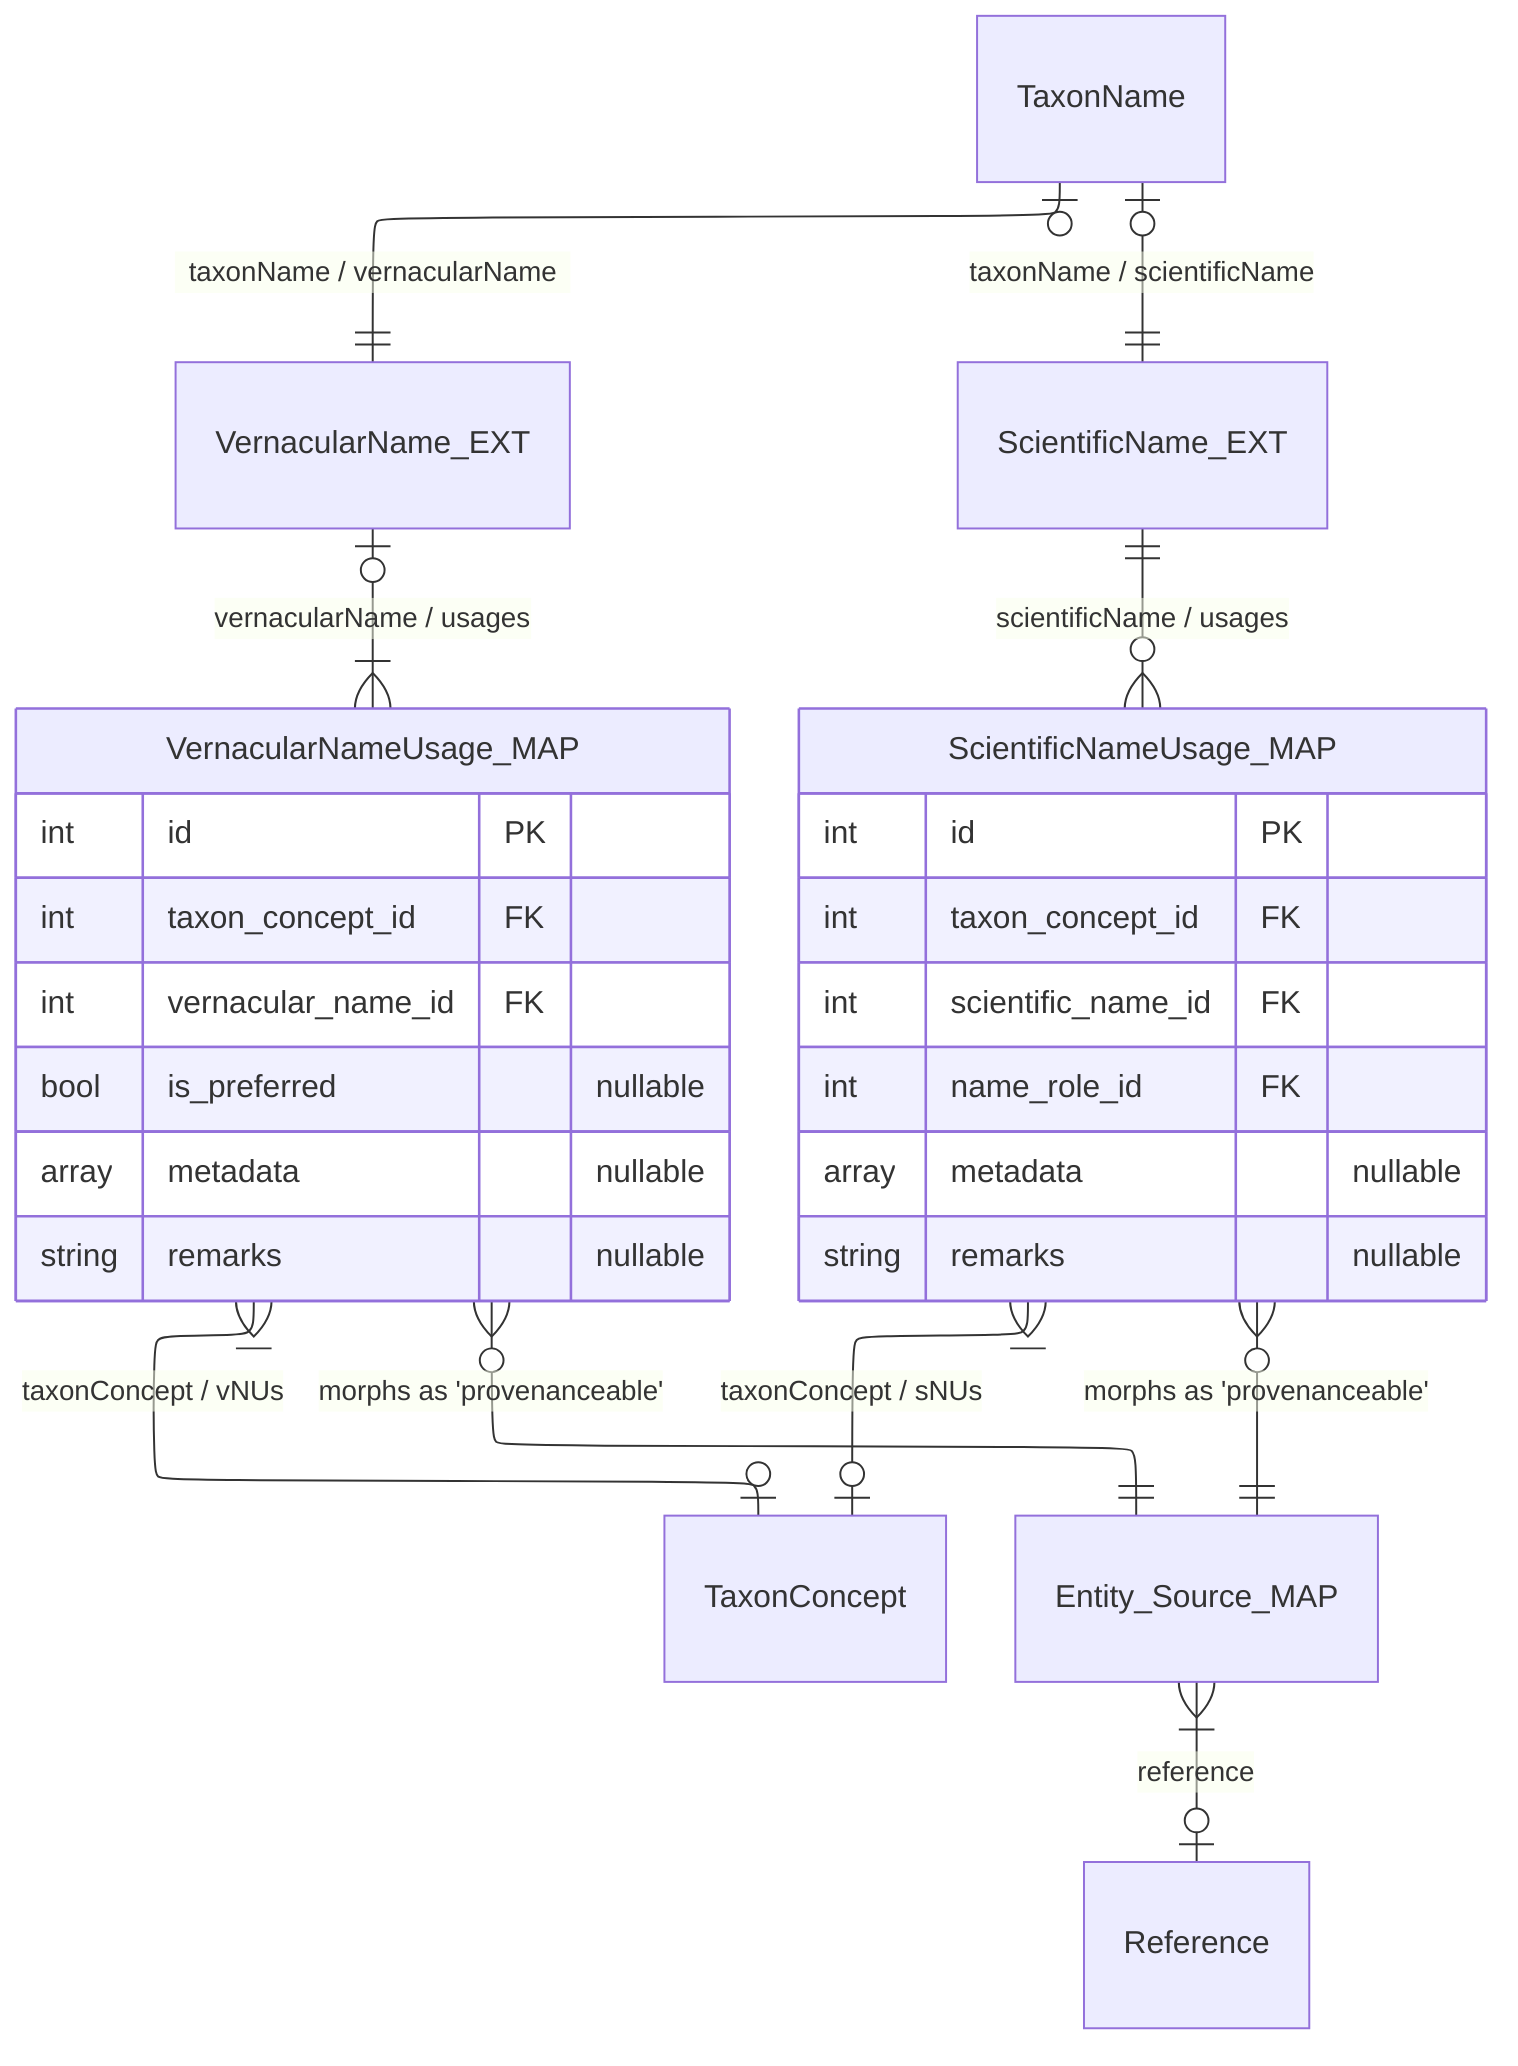
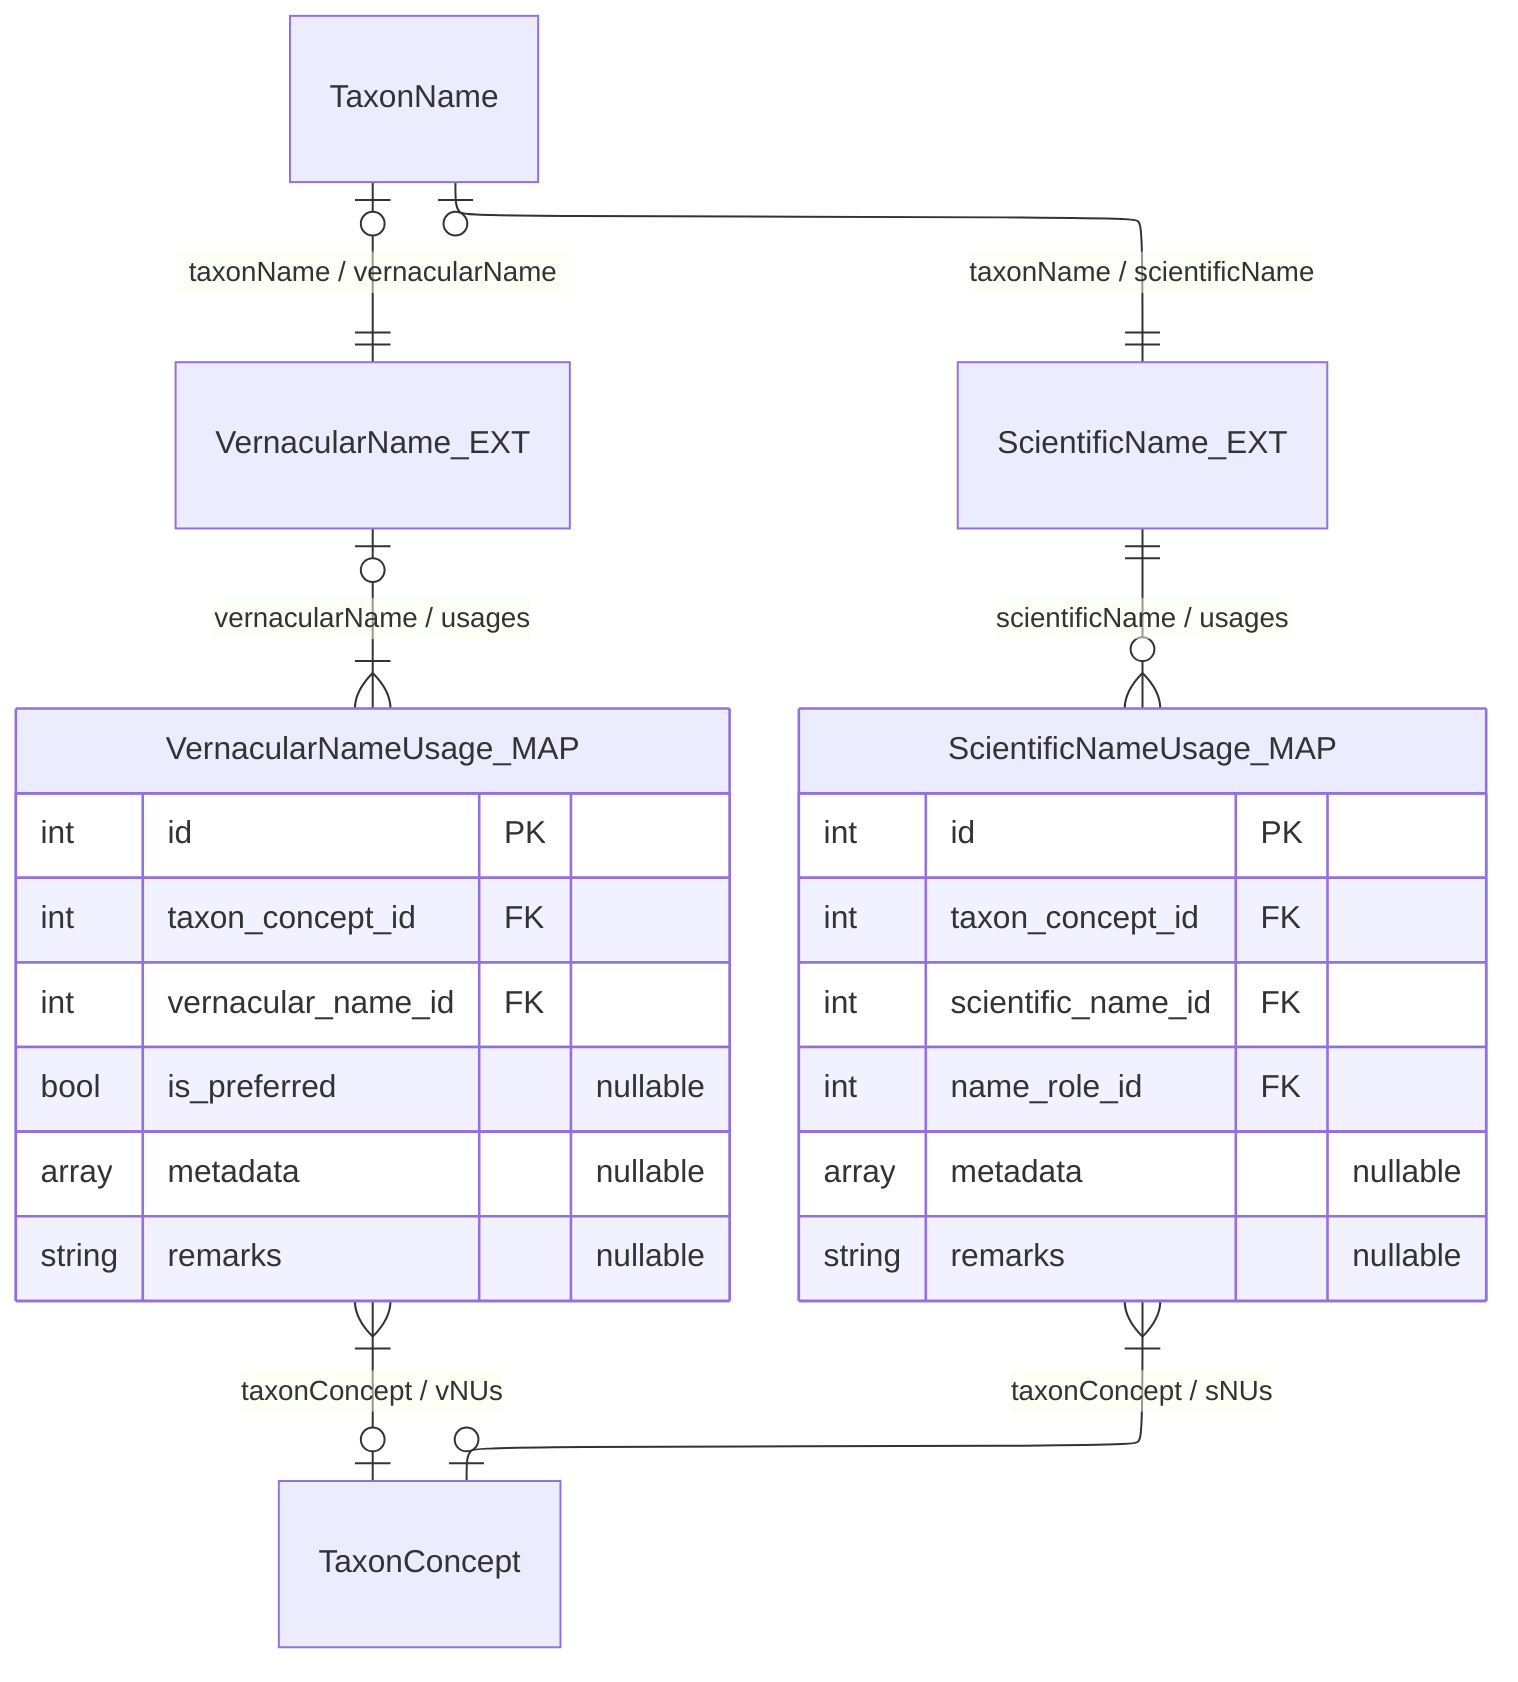
---
config:
  layout: elk
---
erDiagram
  TaxonName |o--|| VernacularName_EXT : "taxonName / vernacularName"
  VernacularName_EXT |o--|{ VernacularNameUsage_MAP : "vernacularName / usages"
  VernacularNameUsage_MAP }|--o| TaxonConcept : "taxonConcept / vNUs"
-   VernacularNameUsage_MAP }o--|| Entity_Source_MAP : "morphs as 'provenanceable'"

  TaxonName |o--|| ScientificName_EXT : "taxonName / scientificName"
  ScientificName_EXT ||--o{ ScientificNameUsage_MAP : "scientificName / usages"
  ScientificNameUsage_MAP }|--o| TaxonConcept : "taxonConcept / sNUs"
-   ScientificNameUsage_MAP }o--|| Entity_Source_MAP : "morphs as 'provenanceable'"
- 
-   Entity_Source_MAP }|--o| Reference : "reference"

  ScientificNameUsage_MAP {
    int id PK
    int taxon_concept_id FK
    int scientific_name_id FK
    int name_role_id FK
    array metadata "nullable"
    string remarks "nullable"
  }

  VernacularNameUsage_MAP {
    int id PK
    int taxon_concept_id FK
    int vernacular_name_id FK
    bool is_preferred "nullable"
    array metadata "nullable"
    string remarks "nullable"
  }
